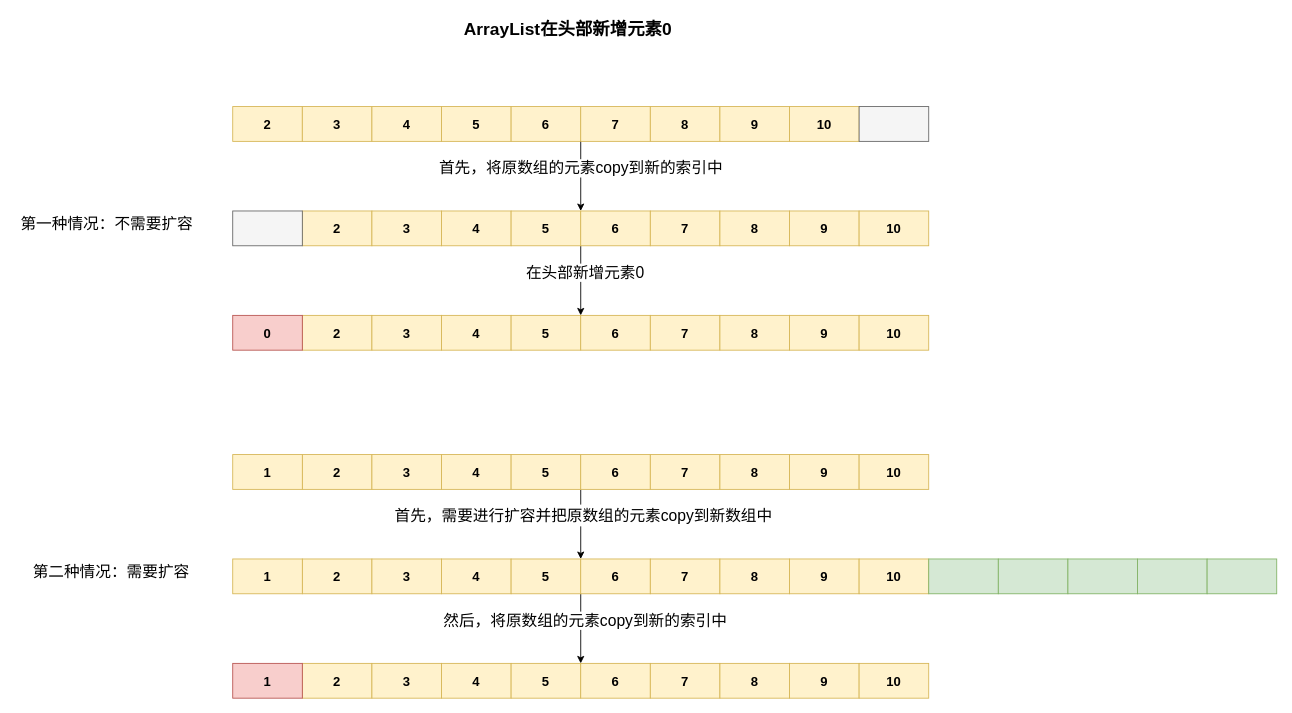
The draw.io diagram typora/JavaSE/6 集合/drawio/ArrayList尾部新增元素.drawio in LDChing0321/JavaLearn, before the edit. Source tidied: cells renumbered, new cells numbered last; positions are measured from the earlier drawing's top-left corner, leaving out a move shared by most shapes. Both pictures are drawn from the tidied source at 87%, with x=0, y=0 at pixel (15, 15).
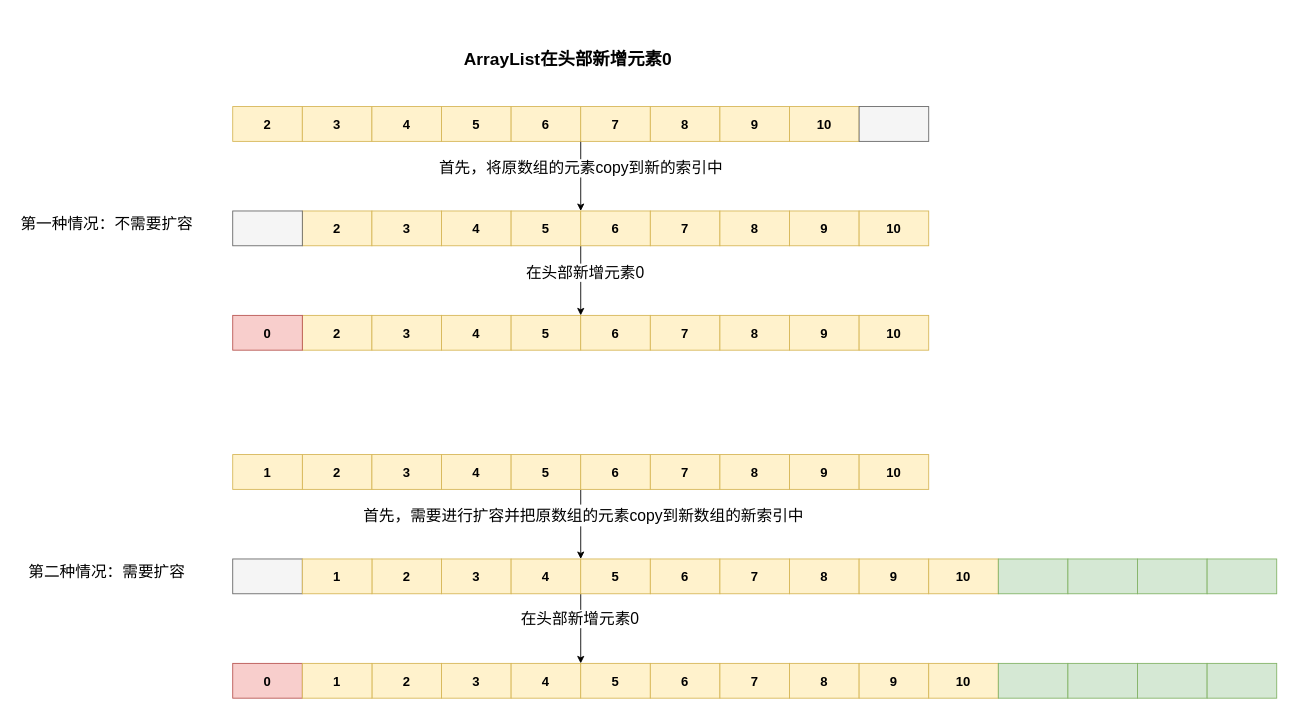
Above is the later version.

Commit message:
更新ArrayList尾部新增元素.drawio

The change refers to these unchanged cells:
```xml
<mxCell id="44" value="5" style="rounded=0;whiteSpace=wrap;html=1;fontStyle=1;fontSize=15;fillColor=#fff2cc;strokeColor=#d6b656;" parent="1" vertex="1">
  <mxGeometry x="570" y="505" width="80" height="40" as="geometry" />
</mxCell>
```

The edit, as a diff of the source:
```diff
@@
     <mxCell id="38" value="ArrayList在头部新增元素0" style="text;html=1;align=center;verticalAlign=middle;strokeColor=none;fontSize=20;fontStyle=1;" parent="1" vertex="1">
-      <mxGeometry x="510" width="250" height="30" as="geometry" />
+      <mxGeometry x="510" y="35" width="250" height="30" as="geometry" />
     </mxCell>
@@
-    <mxCell id="42" style="edgeStyle=orthogonalEdgeStyle;rounded=0;jettySize=auto;html=1;exitX=1;exitY=1;exitDx=0;exitDy=0;entryX=1;entryY=0;entryDx=0;entryDy=0;fontSize=20;" parent="1" edge="1" source="44" target="56">
+    <mxCell id="42" style="edgeStyle=orthogonalEdgeStyle;rounded=0;jettySize=auto;html=1;exitX=1;exitY=1;exitDx=0;exitDy=0;fontSize=20;entryX=0;entryY=0;entryDx=0;entryDy=0;" parent="1" edge="1" source="44" target="56">
       <mxGeometry relative="1" as="geometry" />
     </mxCell>
-    <mxCell id="43" value="&lt;span style=&quot;font-size: 18px&quot;&gt;首先，需要进行扩容并把原数组的元素copy到新数组中&lt;/span&gt;" style="edgeLabel;html=1;align=center;verticalAlign=middle;fontSize=20;" parent="42" vertex="1">
+    <mxCell id="43" value="&lt;span style=&quot;font-size: 18px&quot;&gt;首先，需要进行扩容并把原数组的元素copy到新数组的新索引中&lt;/span&gt;" style="edgeLabel;html=1;align=center;verticalAlign=middle;fontSize=20;" parent="42" vertex="1">
       <mxGeometry x="-0.27" y="2" relative="1" as="geometry" />
     </mxCell>
@@
     <mxCell id="51" value="&lt;font style=&quot;vertical-align: inherit; font-size: 15px;&quot;&gt;&lt;font style=&quot;vertical-align: inherit; font-size: 15px;&quot;&gt;2&lt;/font&gt;&lt;/font&gt;" style="rounded=0;whiteSpace=wrap;html=1;fontStyle=1;fontSize=15;fillColor=#fff2cc;strokeColor=#d6b656;" parent="1" vertex="1">
-      <mxGeometry x="330" y="625" width="80" height="40" as="geometry" />
+      <mxGeometry x="410" y="625" width="80" height="40" as="geometry" />
     </mxCell>
     <mxCell id="52" value="3" style="rounded=0;whiteSpace=wrap;html=1;fontStyle=1;fontSize=15;fillColor=#fff2cc;strokeColor=#d6b656;" parent="1" vertex="1">
-      <mxGeometry x="410" y="625" width="80" height="40" as="geometry" />
+      <mxGeometry x="490" y="625" width="80" height="40" as="geometry" />
     </mxCell>
+    <mxCell id="79" style="edgeStyle=orthogonalEdgeStyle;rounded=0;jettySize=auto;html=1;exitX=1;exitY=1;exitDx=0;exitDy=0;entryX=1;entryY=0;entryDx=0;entryDy=0;shadow=0;" parent="1" edge="1" source="53">
+      <mxGeometry relative="1" as="geometry">
+        <mxPoint x="650" y="745" as="targetPoint" />
+        <Array as="points">
+          <mxPoint x="650" y="725" />
+          <mxPoint x="650" y="725" />
+        </Array>
+      </mxGeometry>
+    </mxCell>
+    <mxCell id="80" value="&lt;span style=&quot;font-size: 18px&quot;&gt;在头部新增元素0&lt;/span&gt;" style="edgeLabel;html=1;align=center;verticalAlign=middle;" parent="79" vertex="1">
+      <mxGeometry x="-0.3" y="-2" relative="1" as="geometry" />
+    </mxCell>
     <mxCell id="53" value="4" style="rounded=0;whiteSpace=wrap;html=1;fontStyle=1;fontSize=15;fillColor=#fff2cc;strokeColor=#d6b656;" parent="1" vertex="1">
-      <mxGeometry x="490" y="625" width="80" height="40" as="geometry" />
+      <mxGeometry x="570" y="625" width="80" height="40" as="geometry" />
     </mxCell>
-    <mxCell id="54" style="edgeStyle=orthogonalEdgeStyle;rounded=0;jettySize=auto;html=1;exitX=1;exitY=1;exitDx=0;exitDy=0;entryX=0;entryY=0;entryDx=0;entryDy=0;fontSize=15;" parent="1" edge="1" source="56" target="67">
-      <mxGeometry relative="1" as="geometry" />
-    </mxCell>
-    <mxCell id="55" value="然后，将原数组的元素copy到新的索引中" style="edgeLabel;html=1;align=center;verticalAlign=middle;fontSize=18;" parent="54" vertex="1">
-      <mxGeometry x="-0.25" y="4" relative="1" as="geometry" />
-    </mxCell>
     <mxCell id="56" value="5" style="rounded=0;whiteSpace=wrap;html=1;fontStyle=1;fontSize=15;fillColor=#fff2cc;strokeColor=#d6b656;" parent="1" vertex="1">
-      <mxGeometry x="570" y="625" width="80" height="40" as="geometry" />
+      <mxGeometry x="650" y="625" width="80" height="40" as="geometry" />
     </mxCell>
     <mxCell id="57" value="6" style="rounded=0;whiteSpace=wrap;html=1;fontStyle=1;fontSize=15;fillColor=#fff2cc;strokeColor=#d6b656;" parent="1" vertex="1">
-      <mxGeometry x="650" y="625" width="80" height="40" as="geometry" />
+      <mxGeometry x="730" y="625" width="80" height="40" as="geometry" />
     </mxCell>
     <mxCell id="58" value="7" style="rounded=0;whiteSpace=wrap;html=1;fontStyle=1;fontSize=15;fillColor=#fff2cc;strokeColor=#d6b656;" parent="1" vertex="1">
-      <mxGeometry x="730" y="625" width="80" height="40" as="geometry" />
+      <mxGeometry x="810" y="625" width="80" height="40" as="geometry" />
     </mxCell>
     <mxCell id="59" value="8" style="rounded=0;whiteSpace=wrap;html=1;fontStyle=1;fontSize=15;fillColor=#fff2cc;strokeColor=#d6b656;" parent="1" vertex="1">
-      <mxGeometry x="810" y="625" width="80" height="40" as="geometry" />
+      <mxGeometry x="890" y="625" width="80" height="40" as="geometry" />
     </mxCell>
     <mxCell id="60" value="9" style="rounded=0;whiteSpace=wrap;html=1;fontStyle=1;fontSize=15;fillColor=#fff2cc;strokeColor=#d6b656;" parent="1" vertex="1">
-      <mxGeometry x="890" y="625" width="80" height="40" as="geometry" />
+      <mxGeometry x="970" y="625" width="80" height="40" as="geometry" />
     </mxCell>
     <mxCell id="61" value="&lt;font style=&quot;vertical-align: inherit; font-size: 15px;&quot;&gt;&lt;font style=&quot;vertical-align: inherit; font-size: 15px;&quot;&gt;10&lt;/font&gt;&lt;/font&gt;" style="rounded=0;whiteSpace=wrap;html=1;fontStyle=1;fontSize=15;fillColor=#fff2cc;strokeColor=#d6b656;" parent="1" vertex="1">
-      <mxGeometry x="970" y="625" width="80" height="40" as="geometry" />
+      <mxGeometry x="1050" y="625" width="80" height="40" as="geometry" />
     </mxCell>
-    <mxCell id="62" value="1" style="rounded=0;whiteSpace=wrap;html=1;fontStyle=1;fontSize=15;fillColor=#fff2cc;strokeColor=#d6b656;" parent="1" vertex="1">
+    <mxCell id="62" style="rounded=0;whiteSpace=wrap;html=1;fontStyle=1;fontSize=15;fillColor=#f5f5f5;strokeColor=#666666;fontColor=#333333;" parent="1" vertex="1">
       <mxGeometry x="250" y="625" width="80" height="40" as="geometry" />
     </mxCell>
+    <mxCell id="73" value="第二种情况：需要扩容" style="text;html=1;align=center;verticalAlign=middle;strokeColor=none;fontSize=18;" parent="1" vertex="1">
+      <mxGeometry x="5" y="625" width="200" height="30" as="geometry" />
+    </mxCell>
+    <mxCell id="75" style="rounded=0;whiteSpace=wrap;html=1;fontStyle=1;fontSize=15;fillColor=#d5e8d4;strokeColor=#82b366;" parent="1" vertex="1">
+      <mxGeometry x="1130" y="625" width="80" height="40" as="geometry" />
+    </mxCell>
+    <mxCell id="76" style="rounded=0;whiteSpace=wrap;html=1;fontStyle=1;fontSize=15;fillColor=#d5e8d4;strokeColor=#82b366;" parent="1" vertex="1">
+      <mxGeometry x="1210" y="625" width="80" height="40" as="geometry" />
+    </mxCell>
+    <mxCell id="77" style="rounded=0;whiteSpace=wrap;html=1;fontStyle=1;fontSize=15;fillColor=#d5e8d4;strokeColor=#82b366;" parent="1" vertex="1">
+      <mxGeometry x="1290" y="625" width="80" height="40" as="geometry" />
+    </mxCell>
+    <mxCell id="78" style="rounded=0;whiteSpace=wrap;html=1;fontStyle=1;fontSize=15;fillColor=#d5e8d4;strokeColor=#82b366;" parent="1" vertex="1">
+      <mxGeometry x="1370" y="625" width="80" height="40" as="geometry" />
+    </mxCell>
+    <mxCell id="81" value="&lt;font style=&quot;vertical-align: inherit ; font-size: 15px&quot;&gt;&lt;font style=&quot;vertical-align: inherit ; font-size: 15px&quot;&gt;1&lt;/font&gt;&lt;/font&gt;" style="rounded=0;whiteSpace=wrap;html=1;fontStyle=1;fontSize=15;fillColor=#fff2cc;strokeColor=#d6b656;" parent="1" vertex="1">
+      <mxGeometry x="330" y="625" width="80" height="40" as="geometry" />
+    </mxCell>
     <mxCell id="63" value="&lt;font style=&quot;vertical-align: inherit; font-size: 15px;&quot;&gt;&lt;font style=&quot;vertical-align: inherit; font-size: 15px;&quot;&gt;2&lt;/font&gt;&lt;/font&gt;" style="rounded=0;whiteSpace=wrap;html=1;fontStyle=1;fontSize=15;fillColor=#fff2cc;strokeColor=#d6b656;" parent="1" vertex="1">
-      <mxGeometry x="330" y="745" width="80" height="40" as="geometry" />
+      <mxGeometry x="410" y="745" width="80" height="40" as="geometry" />
     </mxCell>
     <mxCell id="64" value="3" style="rounded=0;whiteSpace=wrap;html=1;fontStyle=1;fontSize=15;fillColor=#fff2cc;strokeColor=#d6b656;" parent="1" vertex="1">
-      <mxGeometry x="410" y="745" width="80" height="40" as="geometry" />
+      <mxGeometry x="490" y="745" width="80" height="40" as="geometry" />
     </mxCell>
     <mxCell id="65" value="4" style="rounded=0;whiteSpace=wrap;html=1;fontStyle=1;fontSize=15;fillColor=#fff2cc;strokeColor=#d6b656;" parent="1" vertex="1">
-      <mxGeometry x="490" y="745" width="80" height="40" as="geometry" />
+      <mxGeometry x="570" y="745" width="80" height="40" as="geometry" />
     </mxCell>
     <mxCell id="66" value="5" style="rounded=0;whiteSpace=wrap;html=1;fontStyle=1;fontSize=15;fillColor=#fff2cc;strokeColor=#d6b656;" parent="1" vertex="1">
-      <mxGeometry x="570" y="745" width="80" height="40" as="geometry" />
+      <mxGeometry x="650" y="745" width="80" height="40" as="geometry" />
     </mxCell>
     <mxCell id="67" value="6" style="rounded=0;whiteSpace=wrap;html=1;fontStyle=1;fontSize=15;fillColor=#fff2cc;strokeColor=#d6b656;" parent="1" vertex="1">
-      <mxGeometry x="650" y="745" width="80" height="40" as="geometry" />
+      <mxGeometry x="730" y="745" width="80" height="40" as="geometry" />
     </mxCell>
     <mxCell id="68" value="7" style="rounded=0;whiteSpace=wrap;html=1;fontStyle=1;fontSize=15;fillColor=#fff2cc;strokeColor=#d6b656;" parent="1" vertex="1">
-      <mxGeometry x="730" y="745" width="80" height="40" as="geometry" />
+      <mxGeometry x="810" y="745" width="80" height="40" as="geometry" />
     </mxCell>
     <mxCell id="69" value="8" style="rounded=0;whiteSpace=wrap;html=1;fontStyle=1;fontSize=15;fillColor=#fff2cc;strokeColor=#d6b656;" parent="1" vertex="1">
-      <mxGeometry x="810" y="745" width="80" height="40" as="geometry" />
+      <mxGeometry x="890" y="745" width="80" height="40" as="geometry" />
     </mxCell>
     <mxCell id="70" value="9" style="rounded=0;whiteSpace=wrap;html=1;fontStyle=1;fontSize=15;fillColor=#fff2cc;strokeColor=#d6b656;" parent="1" vertex="1">
-      <mxGeometry x="890" y="745" width="80" height="40" as="geometry" />
+      <mxGeometry x="970" y="745" width="80" height="40" as="geometry" />
     </mxCell>
     <mxCell id="71" value="&lt;font style=&quot;vertical-align: inherit; font-size: 15px;&quot;&gt;&lt;font style=&quot;vertical-align: inherit; font-size: 15px;&quot;&gt;10&lt;/font&gt;&lt;/font&gt;" style="rounded=0;whiteSpace=wrap;html=1;fontStyle=1;fontSize=15;fillColor=#fff2cc;strokeColor=#d6b656;" parent="1" vertex="1">
-      <mxGeometry x="970" y="745" width="80" height="40" as="geometry" />
+      <mxGeometry x="1050" y="745" width="80" height="40" as="geometry" />
     </mxCell>
-    <mxCell id="72" value="1" style="rounded=0;whiteSpace=wrap;html=1;fontStyle=1;fontSize=15;fillColor=#f8cecc;strokeColor=#b85450;" parent="1" vertex="1">
-      <mxGeometry x="250" y="745" width="80" height="40" as="geometry" />
-    </mxCell>
-    <mxCell id="73" value="第二种情况：需要扩容" style="text;html=1;align=center;verticalAlign=middle;strokeColor=none;fontSize=18;" parent="1" vertex="1">
-      <mxGeometry x="10" y="625" width="200" height="30" as="geometry" />
-    </mxCell>
-    <mxCell id="74" style="rounded=0;whiteSpace=wrap;html=1;fontStyle=1;fontSize=15;fillColor=#d5e8d4;strokeColor=#82b366;" parent="1" vertex="1">
-      <mxGeometry x="1050" y="625" width="80" height="40" as="geometry" />
-    </mxCell>
-    <mxCell id="75" style="rounded=0;whiteSpace=wrap;html=1;fontStyle=1;fontSize=15;fillColor=#d5e8d4;strokeColor=#82b366;" parent="1" vertex="1">
-      <mxGeometry x="1130" y="625" width="80" height="40" as="geometry" />
-    </mxCell>
-    <mxCell id="76" style="rounded=0;whiteSpace=wrap;html=1;fontStyle=1;fontSize=15;fillColor=#d5e8d4;strokeColor=#82b366;" parent="1" vertex="1">
-      <mxGeometry x="1210" y="625" width="80" height="40" as="geometry" />
-    </mxCell>
-    <mxCell id="77" style="rounded=0;whiteSpace=wrap;html=1;fontStyle=1;fontSize=15;fillColor=#d5e8d4;strokeColor=#82b366;" parent="1" vertex="1">
-      <mxGeometry x="1290" y="625" width="80" height="40" as="geometry" />
-    </mxCell>
-    <mxCell id="78" style="rounded=0;whiteSpace=wrap;html=1;fontStyle=1;fontSize=15;fillColor=#d5e8d4;strokeColor=#82b366;" parent="1" vertex="1">
-      <mxGeometry x="1370" y="625" width="80" height="40" as="geometry" />
-    </mxCell>
+    <mxCell id="82" value="0" style="rounded=0;whiteSpace=wrap;html=1;fontStyle=1;fontSize=15;fillColor=#f8cecc;strokeColor=#b85450;" parent="1" vertex="1">
+      <mxGeometry x="250" y="745" width="80" height="40" as="geometry" />
+    </mxCell>
+    <mxCell id="83" style="rounded=0;whiteSpace=wrap;html=1;fontStyle=1;fontSize=15;fillColor=#d5e8d4;strokeColor=#82b366;" parent="1" vertex="1">
+      <mxGeometry x="1130" y="745" width="80" height="40" as="geometry" />
+    </mxCell>
+    <mxCell id="84" style="rounded=0;whiteSpace=wrap;html=1;fontStyle=1;fontSize=15;fillColor=#d5e8d4;strokeColor=#82b366;" parent="1" vertex="1">
+      <mxGeometry x="1210" y="745" width="80" height="40" as="geometry" />
+    </mxCell>
+    <mxCell id="85" style="rounded=0;whiteSpace=wrap;html=1;fontStyle=1;fontSize=15;fillColor=#d5e8d4;strokeColor=#82b366;" parent="1" vertex="1">
+      <mxGeometry x="1290" y="745" width="80" height="40" as="geometry" />
+    </mxCell>
+    <mxCell id="86" style="rounded=0;whiteSpace=wrap;html=1;fontStyle=1;fontSize=15;fillColor=#d5e8d4;strokeColor=#82b366;" parent="1" vertex="1">
+      <mxGeometry x="1370" y="745" width="80" height="40" as="geometry" />
+    </mxCell>
+    <mxCell id="87" value="&lt;font style=&quot;vertical-align: inherit ; font-size: 15px&quot;&gt;&lt;font style=&quot;vertical-align: inherit ; font-size: 15px&quot;&gt;1&lt;/font&gt;&lt;/font&gt;" style="rounded=0;whiteSpace=wrap;html=1;fontStyle=1;fontSize=15;fillColor=#fff2cc;strokeColor=#d6b656;" parent="1" vertex="1">
+      <mxGeometry x="330" y="745" width="80" height="40" as="geometry" />
+    </mxCell>
```
